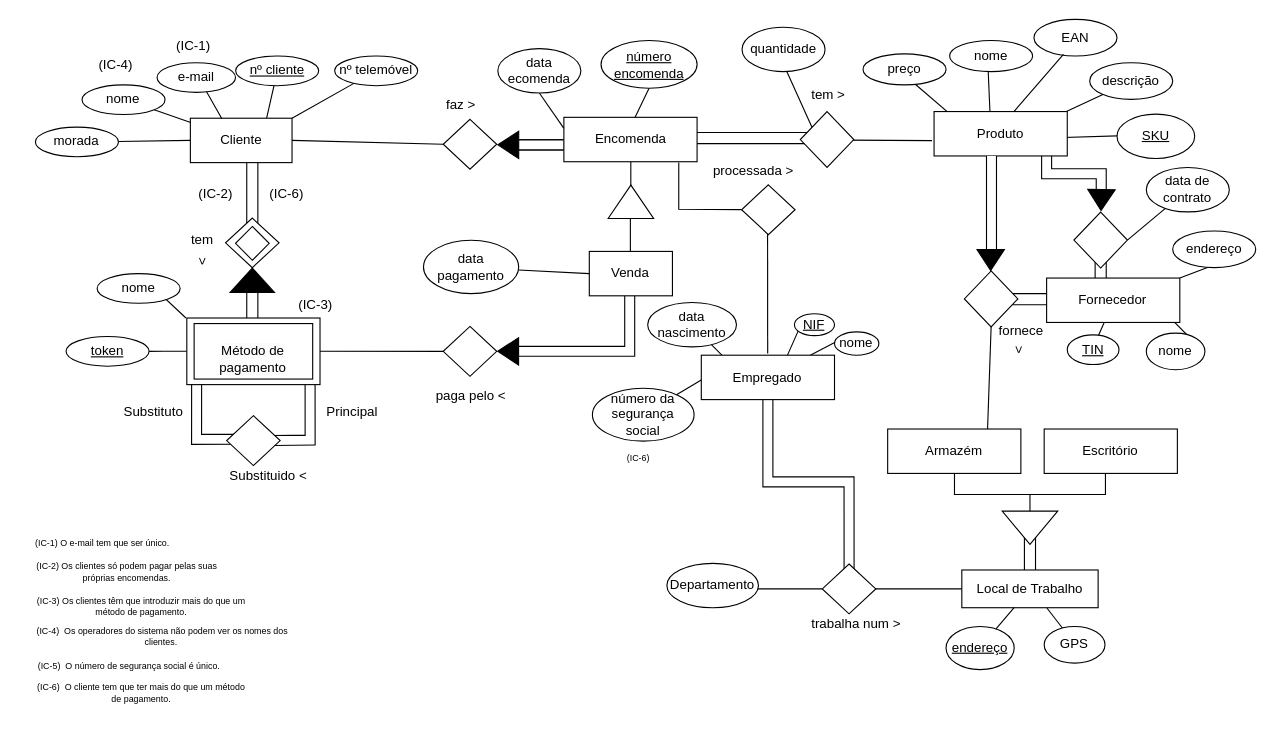
This is Diagrama sem nome.drawio from SamuelGoncalves8/Bd-project, a draw.io file, before an edit. Source tidied: cells renumbered, new cells numbered last; positions are measured from the earlier drawing's top-left corner, leaving out a move shared by most shapes. Both pictures are drawn from the tidied source at 111%, with x=0, y=0 at pixel (19, 19).
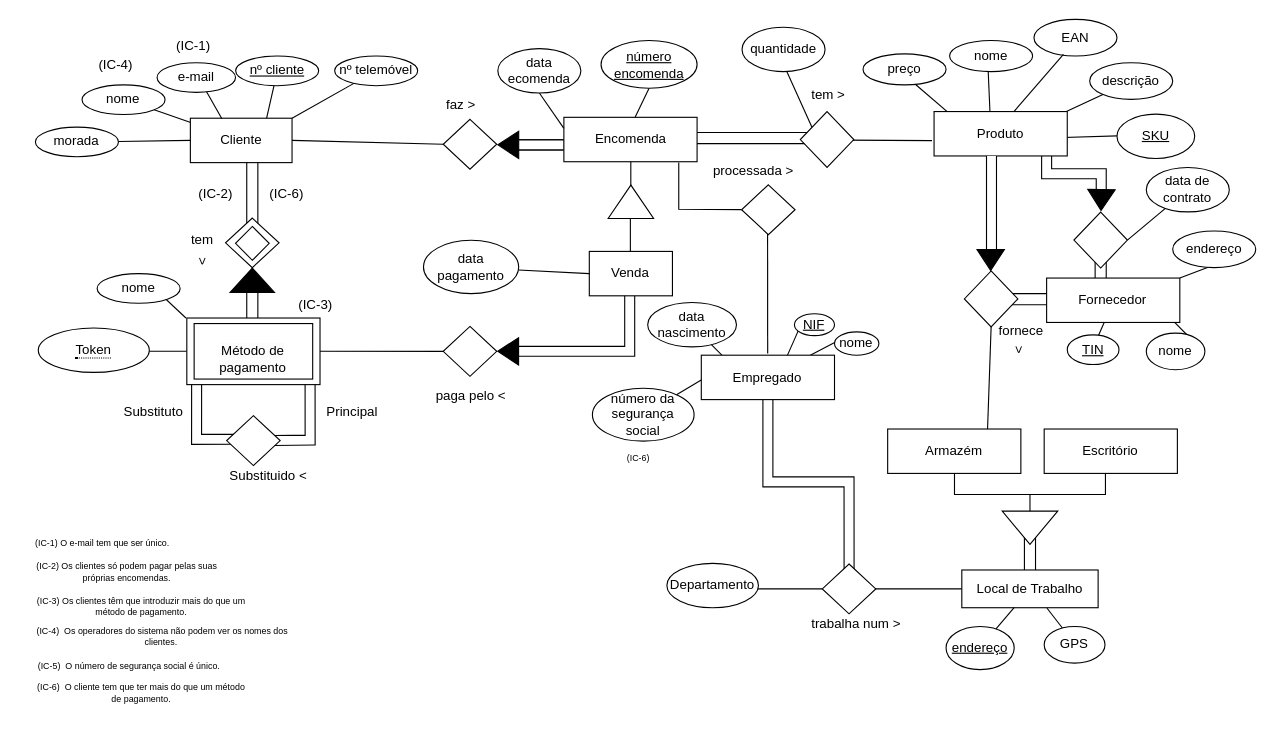
Above is the later version.

The change refers to these unchanged cells:
```xml
<mxCell id="57" style="rounded=0;whiteSpace=wrap;html=1;" parent="1" vertex="1">
  <mxGeometry x="150.8" y="269" width="120" height="60" as="geometry" />
</mxCell>
```

Diff of the diagram source:
```diff
@@
-    <mxCell id="50" style="endArrow=none;html=1;rounded=0;exitX=0;exitY=0.5;exitDx=0;exitDy=0;entryX=1;entryY=0.5;entryDx=0;entryDy=0;" parent="1" edge="1" source="57" target="51">
+    <mxCell id="50" style="endArrow=none;html=1;rounded=0;exitX=0;exitY=0.5;exitDx=0;exitDy=0;entryX=1;entryY=0.5;entryDx=0;entryDy=0;" parent="1" edge="1" source="57">
       <mxGeometry relative="1" as="geometry">
+        <mxPoint x="116.8" y="299" as="targetPoint" />
         <Array as="points">
           <mxPoint x="130" y="299" />
         </Array>
       </mxGeometry>
     </mxCell>
-    <mxCell id="51" value="token" style="ellipse;whiteSpace=wrap;html=1;fontStyle=4;" parent="1" vertex="1">
-      <mxGeometry x="42" y="285.7" width="74.8" height="26.7" as="geometry" />
-    </mxCell>
@@
+    <mxCell id="134" value="&lt;span style=&quot;border-bottom: 1px dotted&quot;&gt;Token&lt;/span&gt;" style="ellipse;whiteSpace=wrap;html=1;align=center;" parent="1" vertex="1">
+      <mxGeometry x="17" y="278" width="100" height="40" as="geometry" />
+    </mxCell>
```
